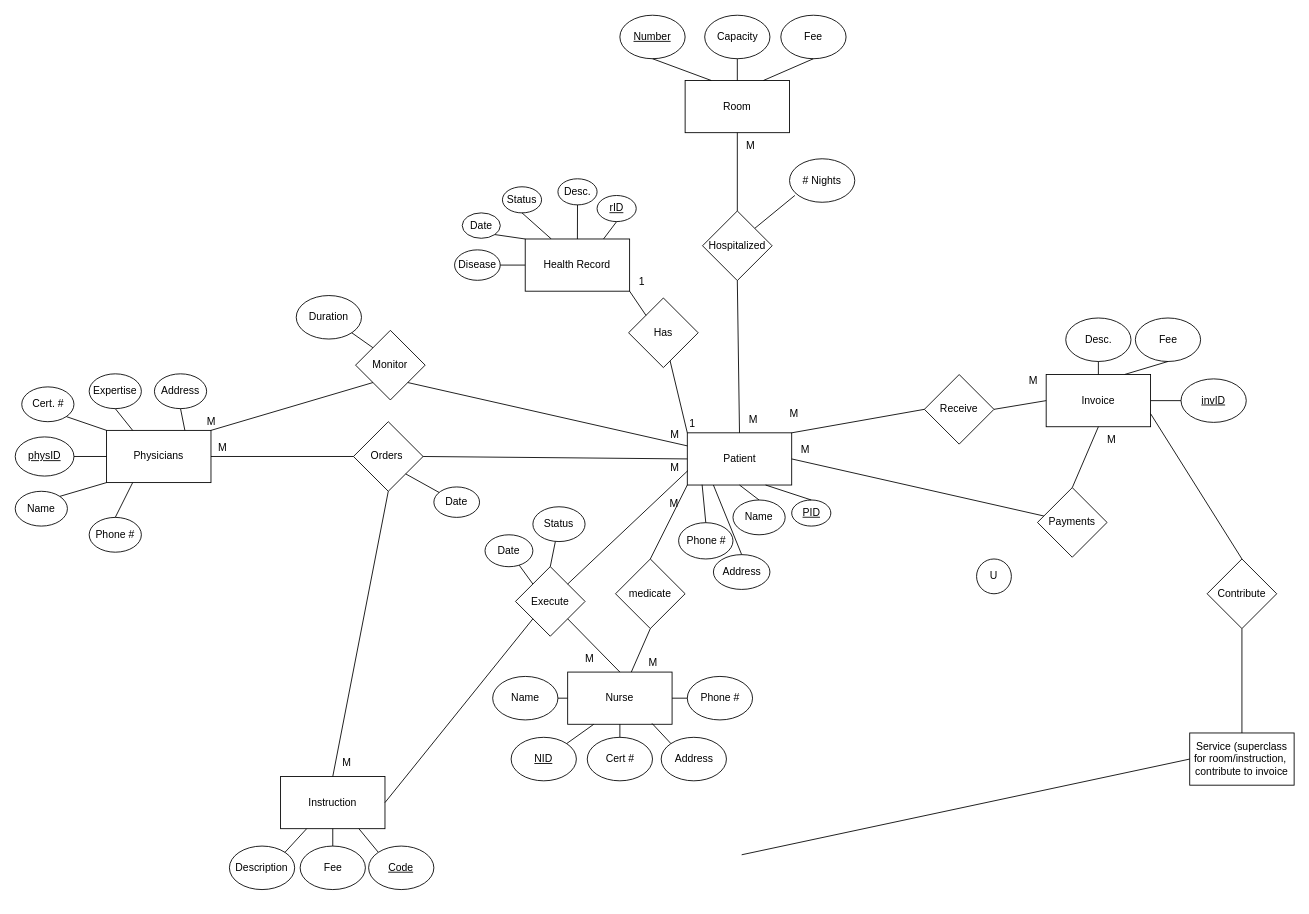
Before: Diagrams/finalERD.drawio in RPetrov453/cs480FinalProject, a draw.io diagram. Source tidied: cells renumbered, new cells numbered last; positions are measured from the earlier drawing's top-left corner, leaving out a move shared by most shapes. Both pictures are drawn from the tidied source at 87%, with x=0, y=0 at pixel (15, 15).
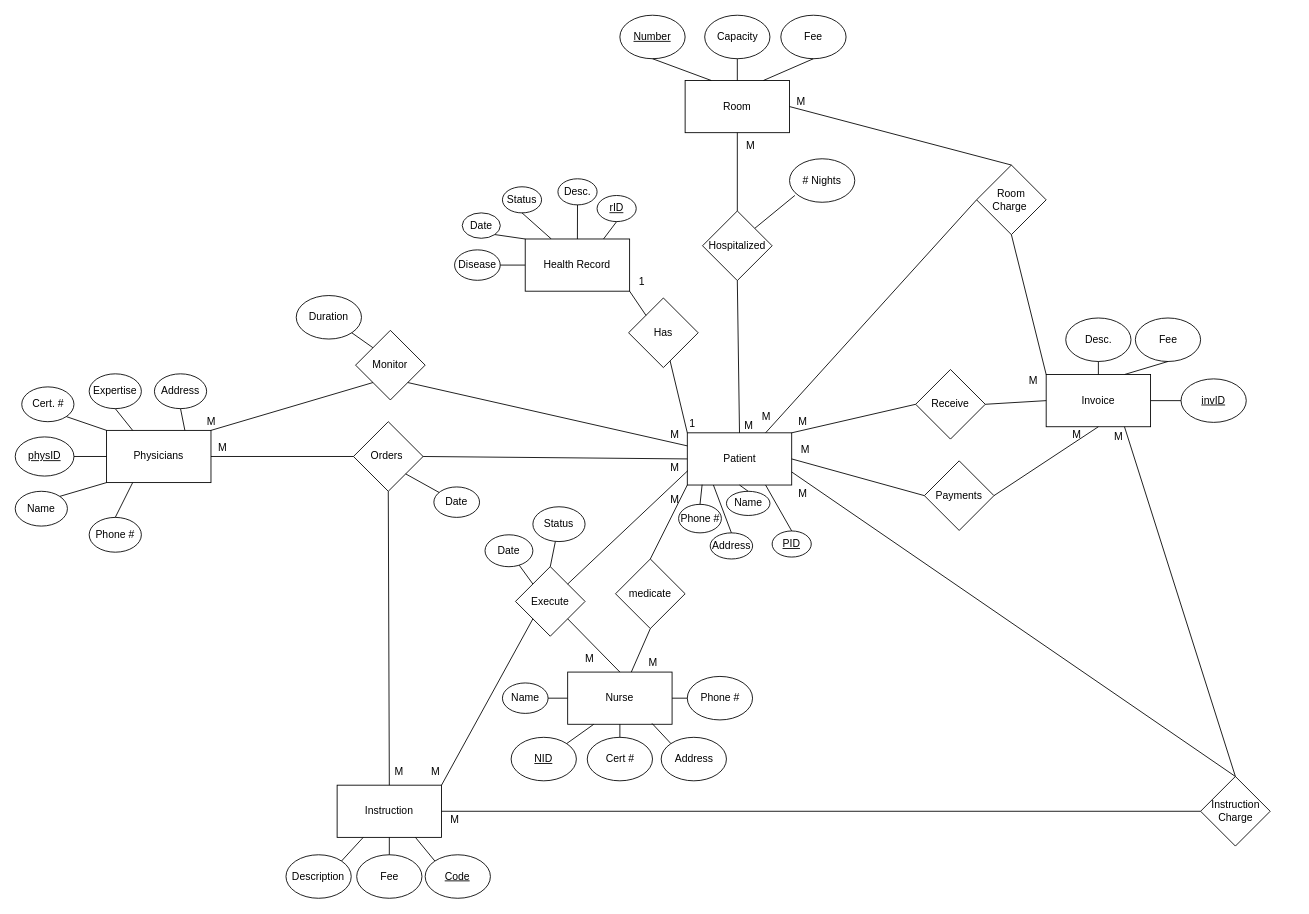
After the change.

Commit message (it also covers changes not shown here):
Finished main ERD

The change refers to these unchanged cells:
```xml
<mxCell id="3" value="Room" style="rounded=0;whiteSpace=wrap;html=1;" parent="1" vertex="1">
  <mxGeometry x="770" y="75" width="120" height="60" as="geometry" />
</mxCell>
<mxCell id="5" value="Patient" style="rounded=0;whiteSpace=wrap;html=1;" parent="1" vertex="1">
  <mxGeometry x="772.5" y="480" width="120" height="60" as="geometry" />
</mxCell>
<mxCell id="79" value="Invoice" style="rounded=0;whiteSpace=wrap;html=1;" parent="1" vertex="1">
  <mxGeometry x="1185" y="413" width="120" height="60" as="geometry" />
</mxCell>
<mxCell id="111" value="Execute" style="rhombus;whiteSpace=wrap;html=1;" parent="1" vertex="1">
  <mxGeometry x="575" y="633.8" width="80" height="80" as="geometry" />
</mxCell>
```

Diff of the diagram source:
```diff
@@
     <mxCell id="4" value="Instruction" style="rounded=0;whiteSpace=wrap;html=1;" parent="1" vertex="1">
-      <mxGeometry x="305" y="875" width="120" height="60" as="geometry" />
+      <mxGeometry x="370" y="885" width="120" height="60" as="geometry" />
     </mxCell>
@@
     <mxCell id="10" value="&lt;u&gt;Code&lt;/u&gt;" style="ellipse;whiteSpace=wrap;html=1;" parent="1" vertex="1">
-      <mxGeometry x="406.2" y="955" width="75" height="50" as="geometry" />
+      <mxGeometry x="471.2" y="965" width="75" height="50" as="geometry" />
     </mxCell>
@@
     <mxCell id="13" value="Fee" style="ellipse;whiteSpace=wrap;html=1;" parent="1" vertex="1">
-      <mxGeometry x="327.5" y="955" width="75" height="50" as="geometry" />
+      <mxGeometry x="392.5" y="965" width="75" height="50" as="geometry" />
     </mxCell>
@@
     <mxCell id="15" value="Description" style="ellipse;whiteSpace=wrap;html=1;" parent="1" vertex="1">
-      <mxGeometry x="246.2" y="955" width="75" height="50" as="geometry" />
+      <mxGeometry x="311.2" y="965" width="75" height="50" as="geometry" />
     </mxCell>
@@
     <mxCell id="51" value="Name" style="ellipse;whiteSpace=wrap;html=1;" parent="1" vertex="1">
-      <mxGeometry x="548.8" y="760" width="75" height="50" as="geometry" />
+      <mxGeometry x="560" y="767.5" width="52.5" height="35" as="geometry" />
     </mxCell>
@@
     <mxCell id="59" value="Phone #" style="ellipse;whiteSpace=wrap;html=1;" parent="1" vertex="1">
-      <mxGeometry x="762.5" y="583.3" width="62.5" height="41.7" as="geometry" />
+      <mxGeometry x="762.5" y="562.2" width="49.2" height="32.8" as="geometry" />
     </mxCell>
@@
     <mxCell id="61" value="Address" style="ellipse;whiteSpace=wrap;html=1;" parent="1" vertex="1">
-      <mxGeometry x="802.5" y="620" width="65" height="40" as="geometry" />
+      <mxGeometry x="798.8" y="595" width="48.8" height="30" as="geometry" />
     </mxCell>
@@
     <mxCell id="63" value="&lt;u&gt;PID&lt;/u&gt;" style="ellipse;whiteSpace=wrap;html=1;" parent="1" vertex="1">
-      <mxGeometry x="892.5" y="557.2" width="45" height="30" as="geometry" />
+      <mxGeometry x="870" y="592.8" width="45" height="30" as="geometry" />
     </mxCell>
@@
     <mxCell id="65" value="Name" style="ellipse;whiteSpace=wrap;html=1;" parent="1" vertex="1">
-      <mxGeometry x="825" y="557.2" width="60" height="40" as="geometry" />
+      <mxGeometry x="817.5" y="547.2" width="50" height="27.8" as="geometry" />
     </mxCell>
@@
     <mxCell id="71" value="M" style="text;html=1;align=center;verticalAlign=middle;strokeColor=none;fillColor=none;" parent="1" vertex="1">
-      <mxGeometry x="832.5" y="450" width="30" height="30" as="geometry" />
+      <mxGeometry x="827.5" y="457.2" width="30" height="30" as="geometry" />
     </mxCell>
@@
-    <mxCell id="76" style="endArrow=none;html=1;rounded=0;exitX=1;exitY=0.5;exitDx=0;exitDy=0;" parent="1" edge="1" source="5" target="77">
+    <mxCell id="76" style="endArrow=none;html=1;rounded=0;exitX=1;exitY=0.5;exitDx=0;exitDy=0;entryX=0;entryY=0.5;entryDx=0;entryDy=0;" parent="1" edge="1" source="5" target="77">
       <mxGeometry relative="1" as="geometry" />
     </mxCell>
     <mxCell id="77" value="Payments" style="rhombus;whiteSpace=wrap;html=1;" parent="1" vertex="1">
-      <mxGeometry x="1175" y="543" width="80" height="80" as="geometry" />
+      <mxGeometry x="1045" y="512.2" width="80" height="80" as="geometry" />
     </mxCell>
@@
     <mxCell id="80" value="Receive" style="rhombus;whiteSpace=wrap;html=1;" parent="1" vertex="1">
-      <mxGeometry x="1045" y="413" width="80" height="80" as="geometry" />
+      <mxGeometry x="1035" y="407.2" width="80" height="80" as="geometry" />
     </mxCell>
@@
     <mxCell id="83" value="M" style="text;html=1;align=center;verticalAlign=middle;strokeColor=none;fillColor=none;" parent="1" vertex="1">
-      <mxGeometry x="880" y="443" width="30" height="30" as="geometry" />
+      <mxGeometry x="890" y="452.2" width="30" height="30" as="geometry" />
     </mxCell>
@@
     <mxCell id="89" value="M" style="text;html=1;align=center;verticalAlign=middle;strokeColor=none;fillColor=none;" parent="1" vertex="1">
-      <mxGeometry x="366.2" y="845" width="30" height="30" as="geometry" />
+      <mxGeometry x="426.2" y="855" width="30" height="30" as="geometry" />
     </mxCell>
@@
-    <mxCell id="103" style="endArrow=none;html=1;rounded=0;entryX=0.5;entryY=1;entryDx=0;entryDy=0;exitX=0.5;exitY=0;exitDx=0;exitDy=0;" parent="1" edge="1" source="77" target="79">
+    <mxCell id="103" style="endArrow=none;html=1;rounded=0;entryX=0.5;entryY=1;entryDx=0;entryDy=0;exitX=1;exitY=0.5;exitDx=0;exitDy=0;" parent="1" edge="1" source="77" target="79">
       <mxGeometry relative="1" as="geometry" />
     </mxCell>
     <mxCell id="104" value="M" style="text;html=1;align=center;verticalAlign=middle;strokeColor=none;fillColor=none;" parent="1" vertex="1">
-      <mxGeometry x="1245" y="473" width="30" height="30" as="geometry" />
+      <mxGeometry x="1205" y="467.2" width="30" height="30" as="geometry" />
     </mxCell>
@@
-    <mxCell id="108" value="Service (superclass for room/instruction,&amp;nbsp; contribute to invoice" style="rounded=0;whiteSpace=wrap;html=1;" parent="1" vertex="1">
-      <mxGeometry x="1350" y="825" width="120" height="60" as="geometry" />
-    </mxCell>
-    <mxCell id="109" value="Contribute" style="rhombus;whiteSpace=wrap;html=1;" parent="1" vertex="1">
-      <mxGeometry x="1370" y="625" width="80" height="80" as="geometry" />
+    <mxCell id="109" value="Room Charge&amp;nbsp;" style="rhombus;whiteSpace=wrap;html=1;" parent="1" vertex="1">
+      <mxGeometry x="1105" y="172.2" width="80" height="80" as="geometry" />
     </mxCell>
-    <mxCell id="110" value="U" style="ellipse;whiteSpace=wrap;html=1;" parent="1" vertex="1">
-      <mxGeometry x="1105" y="625" width="40" height="40" as="geometry" />
-    </mxCell>
@@
-    <mxCell id="113" style="endArrow=none;html=1;rounded=0;entryX=1;entryY=0.5;entryDx=0;entryDy=0;exitX=0;exitY=1;exitDx=0;exitDy=0;" parent="1" edge="1" source="111" target="4">
+    <mxCell id="113" style="endArrow=none;html=1;rounded=0;entryX=1;entryY=0;entryDx=0;entryDy=0;exitX=0;exitY=1;exitDx=0;exitDy=0;" parent="1" edge="1" source="111" target="4">
       <mxGeometry relative="1" as="geometry" />
     </mxCell>
@@
     <mxCell id="118" value="M" style="text;html=1;align=center;verticalAlign=middle;strokeColor=none;fillColor=none;" parent="1" vertex="1">
-      <mxGeometry x="741.5" y="547.2" width="30" height="30" as="geometry" />
+      <mxGeometry x="742.5" y="542.2" width="30" height="30" as="geometry" />
     </mxCell>
@@
-    <mxCell id="122" style="endArrow=none;html=1;rounded=0;exitX=0.5;exitY=0;exitDx=0;exitDy=0;entryX=0.5;entryY=1;entryDx=0;entryDy=0;" parent="1" edge="1" source="108" target="109">
+    <mxCell id="122" style="endArrow=none;html=1;rounded=0;exitX=1;exitY=0.5;exitDx=0;exitDy=0;entryX=0.5;entryY=0;entryDx=0;entryDy=0;" parent="1" edge="1" source="3" target="109">
       <mxGeometry relative="1" as="geometry" />
     </mxCell>
-    <mxCell id="123" style="endArrow=none;html=1;rounded=0;entryX=1;entryY=0.75;entryDx=0;entryDy=0;exitX=0.5;exitY=0;exitDx=0;exitDy=0;" parent="1" edge="1" source="109" target="79">
+    <mxCell id="123" style="endArrow=none;html=1;rounded=0;entryX=0;entryY=0;entryDx=0;entryDy=0;exitX=0.5;exitY=1;exitDx=0;exitDy=0;" parent="1" edge="1" source="109" target="79">
       <mxGeometry relative="1" as="geometry" />
     </mxCell>
-    <mxCell id="124" style="endArrow=none;html=1;rounded=0;entryX=0;entryY=0.5;entryDx=0;entryDy=0;" parent="1" edge="1" target="108">
-      <mxGeometry relative="1" as="geometry">
-        <mxPoint x="835" y="965" as="sourcePoint" />
-      </mxGeometry>
+    <mxCell id="124" style="endArrow=none;html=1;rounded=0;entryX=0;entryY=0.5;entryDx=0;entryDy=0;exitX=1;exitY=0.5;exitDx=0;exitDy=0;" parent="1" edge="1" source="4" target="126">
+      <mxGeometry relative="1" as="geometry" />
     </mxCell>
+    <mxCell id="125" value="M" style="text;html=1;align=center;verticalAlign=middle;strokeColor=none;fillColor=none;" parent="1" vertex="1">
+      <mxGeometry x="467.5" y="855" width="30" height="30" as="geometry" />
+    </mxCell>
+    <mxCell id="126" value="Instruction Charge" style="rhombus;whiteSpace=wrap;html=1;" parent="1" vertex="1">
+      <mxGeometry x="1362.5" y="875" width="80" height="80" as="geometry" />
+    </mxCell>
+    <mxCell id="127" style="endArrow=none;html=1;rounded=0;exitX=0.5;exitY=0;exitDx=0;exitDy=0;entryX=1;entryY=0.75;entryDx=0;entryDy=0;" parent="1" edge="1" source="126" target="5">
+      <mxGeometry relative="1" as="geometry" />
+    </mxCell>
+    <mxCell id="128" style="endArrow=none;html=1;rounded=0;entryX=0;entryY=0.5;entryDx=0;entryDy=0;exitX=0.75;exitY=0;exitDx=0;exitDy=0;" parent="1" edge="1" source="5" target="109">
+      <mxGeometry relative="1" as="geometry" />
+    </mxCell>
+    <mxCell id="129" value="M" style="text;html=1;align=center;verticalAlign=middle;strokeColor=none;fillColor=none;" parent="1" vertex="1">
+      <mxGeometry x="847.5" y="447.2" width="30" height="30" as="geometry" />
+    </mxCell>
+    <mxCell id="130" value="M" style="text;html=1;align=center;verticalAlign=middle;strokeColor=none;fillColor=none;" parent="1" vertex="1">
+      <mxGeometry x="887.5" y="85" width="30" height="30" as="geometry" />
+    </mxCell>
+    <mxCell id="131" value="M" style="text;html=1;align=center;verticalAlign=middle;strokeColor=none;fillColor=none;" parent="1" vertex="1">
+      <mxGeometry x="890" y="535" width="30" height="30" as="geometry" />
+    </mxCell>
+    <mxCell id="132" value="M" style="text;html=1;align=center;verticalAlign=middle;strokeColor=none;fillColor=none;" parent="1" vertex="1">
+      <mxGeometry x="490" y="910" width="30" height="30" as="geometry" />
+    </mxCell>
+    <mxCell id="133" style="endArrow=none;html=1;rounded=0;exitX=0.75;exitY=1;exitDx=0;exitDy=0;entryX=0.5;entryY=0;entryDx=0;entryDy=0;" parent="1" edge="1" source="79" target="126">
+      <mxGeometry relative="1" as="geometry" />
+    </mxCell>
+    <mxCell id="134" value="M" style="text;html=1;align=center;verticalAlign=middle;strokeColor=none;fillColor=none;" parent="1" vertex="1">
+      <mxGeometry x="1252.5" y="470" width="30" height="30" as="geometry" />
+    </mxCell>
```
